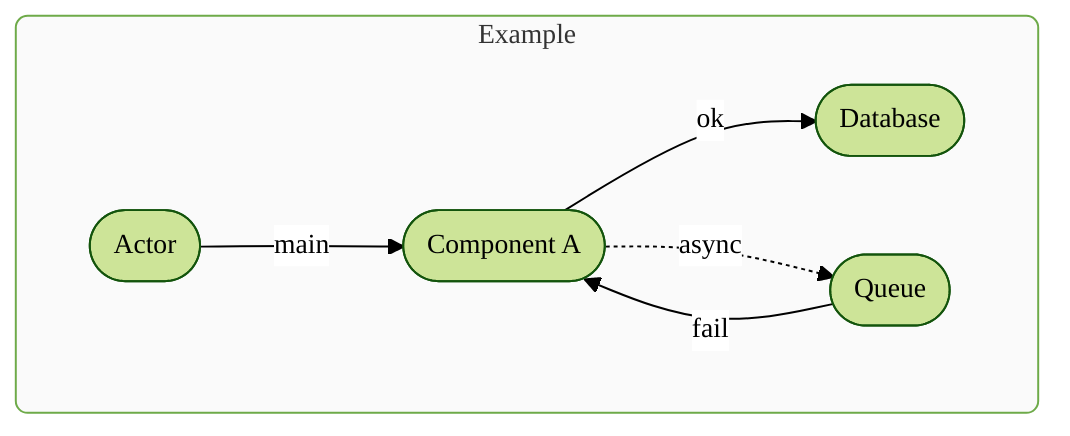
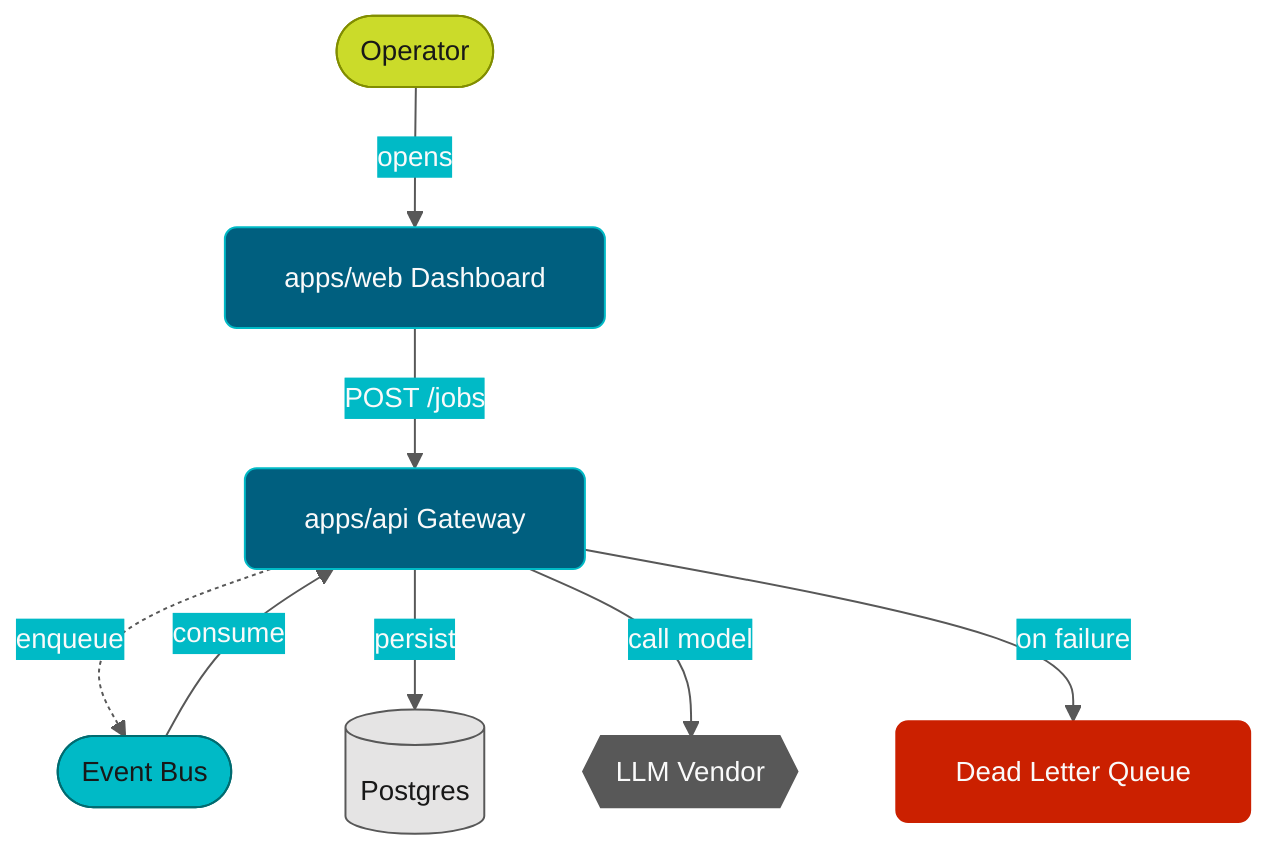
%%{init:{
-   "theme":"forest",
+   "theme":"base",
  "themeVariables":{
-     "clusterBkg"        : "#FAFAFA",
-     "fontFamily"        : "Padauk",
+     "background"          : "#FAFAFA",

-     "primaryColor"      : "#005F7F",
-     "primaryBorderColor": "#005F7F",
-     "primaryTextColor"  : "#FAFAFA",
+     "primaryColor"        : "#005F7F",
+     "primaryTextColor"    : "#FAFAFA",
+     "primaryBorderColor"  : "#00BAC6",

    "secondaryColor"      : "#00BAC6",
-     "secondaryBorderColor": "#00BAC6",
+     "secondaryTextColor"  : "#181818",
+     "secondaryBorderColor": "#006B70",

-     "tertiaryColor"      : "#CBDB2A",
-     "tertiaryBorderColor": "#CBDB2A",
+     "tertiaryColor"       : "#CBDB2A",
+     "tertiaryTextColor"   : "#181818",
+     "tertiaryBorderColor" : "#818D00",

-     "edgeLabelBackground": "#FFF",
+     "lineColor"           : "#585858",
+     "textColor"           : "#181818",

-     "fontSize"          : "14px"
+     "clusterBkg"          : "#FAFAFA",
+     "clusterBorder"       : "#005F7F",
+ 
+     "noteBkgColor"        : "#E5E4E4",
+     "noteTextColor"       : "#181818",
+     "noteBorderColor"     : "#B4B3B3",
+ 
+     "fontSize"            : "14px"
  },
-   "themeCSS":" rect{rx:6;ry:6;}"
+   "themeCSS":"rect{rx:6;ry:6;}"
}}%%

+ %% Role classes mirror the PlantUML stereotypes (see proveo.puml):
+ %%   app   MAIN  · async ALT  · host  ACCENT
+ %%   cloud GRAY  · db    LIGHT · error RED
flowchart TD
-     subgraph Example
-         A([Component A])
-         B([Database])
-         Q([Queue])
-         U([Actor])
+     OP([Operator]):::host
+     WEB[apps/web Dashboard]:::app
+     API[apps/api Gateway]:::app
+     BUS([Event Bus]):::async
+     PG[(Postgres)]:::db
+     LLM{{LLM Vendor}}:::cloud
+     DLQ[Dead Letter Queue]:::error

-         A -- ok --> B
-         A -. async .-> Q
-         U -- main --> A
-         Q -- fail --> A
-     end
+     OP  -->|opens| WEB
+     WEB -->|POST /jobs| API
+     API -.->|enqueue| BUS
+     BUS -->|consume| API
+     API -->|persist| PG
+     API -->|call model| LLM
+     API -->|on failure| DLQ

+     classDef app   fill:#005F7F,stroke:#00BAC6,color:#FAFAFA;
+     classDef async fill:#00BAC6,stroke:#006B70,color:#181818;
+     classDef host  fill:#CBDB2A,stroke:#818D00,color:#181818;
+     classDef cloud fill:#585858,stroke:#585858,color:#FAFAFA;
+     classDef db    fill:#E5E4E4,stroke:#585858,color:#181818;
+     classDef error fill:#CB2000,stroke:#CB2000,color:#FAFAFA;
